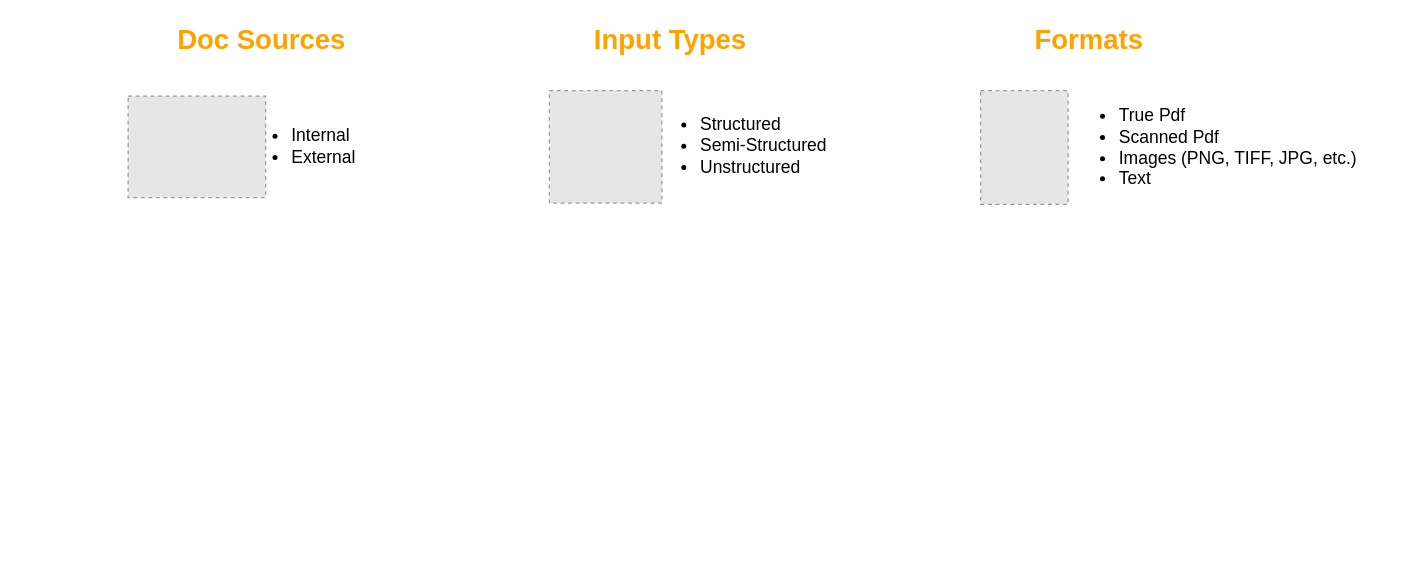
sidthedesigner/Draw.io keeps this draw.io diagram as Replica.drawio. Above is the earlier version. Source tidied: cells renumbered, new cells numbered last; positions are measured from the earlier drawing's top-left corner, leaving out a move shared by most shapes. Both pictures are drawn from the tidied source at 125%, with x=0, y=0 at pixel (128, 21). Pictures stored in the file or linked from it are replaced by grey dashed boxes.
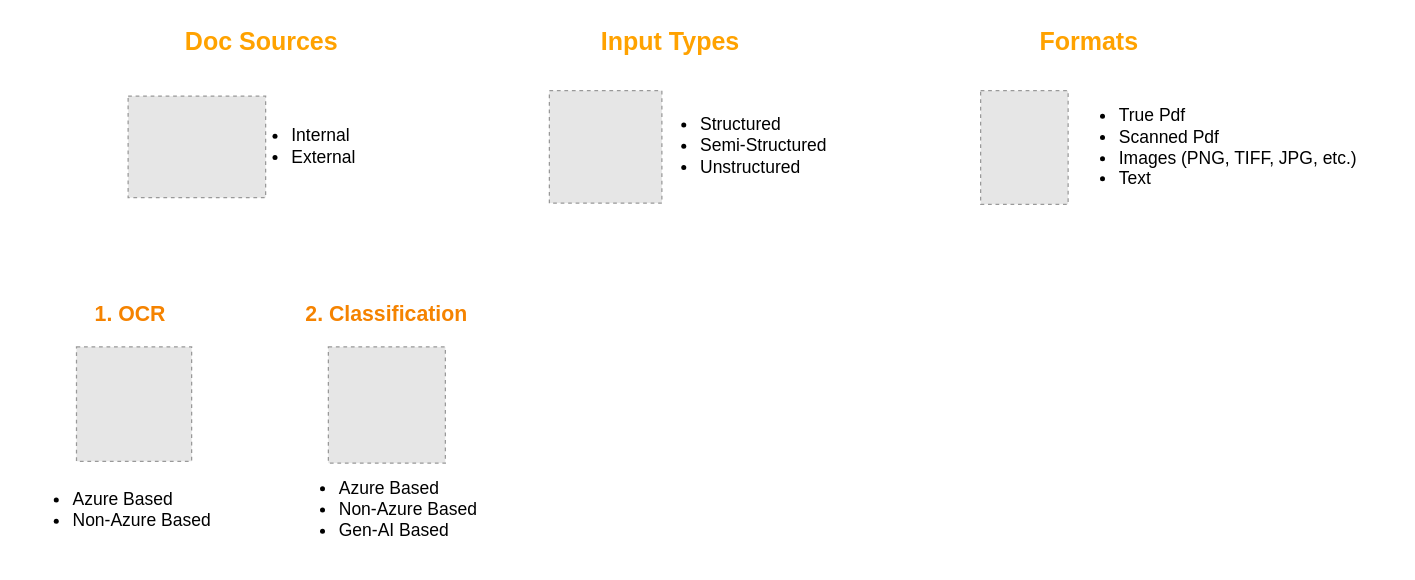
The same page after the edit.

What changed in the source:
```diff
@@
 <mxGraphModel>
   <root>
     <mxCell id="0" />
     <mxCell id="1" parent="0" />
+    <mxCell id="11" style="fillColor=#E6E6E6;strokeColor=#999999;dashed=1;verticalLabelPosition=bottom;labelBackgroundColor=default;verticalAlign=top;" parent="1" vertex="1">
+      <mxGeometry x="-41.3" y="260" width="92.1" height="91.5" as="geometry" />
+    </mxCell>
     <mxCell id="2" style="fillColor=#E6E6E6;strokeColor=#999999;dashed=1;verticalLabelPosition=bottom;labelBackgroundColor=default;verticalAlign=top;" parent="1" vertex="1">
       <mxGeometry x="682" y="55" width="70" height="90.9" as="geometry" />
     </mxCell>
     <mxCell id="3" style="fillColor=#E6E6E6;strokeColor=#999999;dashed=1;verticalLabelPosition=bottom;labelBackgroundColor=default;verticalAlign=top;" parent="1" vertex="1">
       <mxGeometry x="337" y="55" width="90" height="90" as="geometry" />
     </mxCell>
-    <mxCell id="4" value="Doc Sources" style="text;html=1;align=center;verticalAlign=middle;whiteSpace=wrap;rounded=0;fontStyle=1;fontColor=#ffa200;fontSize=22;" parent="1" vertex="1">
+    <mxCell id="4" value="Doc Sources" style="text;html=1;align=center;verticalAlign=middle;whiteSpace=wrap;rounded=0;fontStyle=1;fontColor=#ffa200;fontSize=20;" parent="1" vertex="1">
       <mxGeometry x="22" width="170" height="30" as="geometry" />
     </mxCell>
     <mxCell id="5" value="&lt;ul style=&quot;font-size: 14px;&quot;&gt;&lt;li style=&quot;font-size: 14px;&quot;&gt;&lt;span style=&quot;background-color: initial; font-size: 14px;&quot;&gt;Internal&lt;/span&gt;&lt;/li&gt;&lt;li style=&quot;font-size: 14px;&quot;&gt;&lt;span style=&quot;background-color: initial; font-size: 14px;&quot;&gt;External&lt;/span&gt;&lt;/li&gt;&lt;/ul&gt;" style="text;html=1;align=left;verticalAlign=middle;whiteSpace=wrap;rounded=0;fontSize=14;" parent="1" vertex="1">
       <mxGeometry x="89" y="59.4" width="110" height="80" as="geometry" />
     </mxCell>
     <mxCell id="6" style="fillColor=#E6E6E6;strokeColor=#999999;dashed=1;verticalLabelPosition=bottom;labelBackgroundColor=default;verticalAlign=top;" parent="1" vertex="1">
       <mxGeometry y="59.4" width="110" height="81.2" as="geometry" />
     </mxCell>
-    <mxCell id="7" value="Input Types" style="text;html=1;align=center;verticalAlign=middle;whiteSpace=wrap;rounded=0;fontStyle=1;fontColor=#ffa200;fontSize=22;" parent="1" vertex="1">
+    <mxCell id="7" value="Input Types" style="text;html=1;align=center;verticalAlign=middle;whiteSpace=wrap;rounded=0;fontStyle=1;fontColor=#ffa200;fontSize=20;" parent="1" vertex="1">
       <mxGeometry x="349" width="170" height="30" as="geometry" />
     </mxCell>
     <mxCell id="8" value="&lt;ul style=&quot;font-size: 14px;&quot;&gt;&lt;li style=&quot;font-size: 14px;&quot;&gt;Structured&lt;/li&gt;&lt;li style=&quot;font-size: 14px;&quot;&gt;Semi-Structured&lt;/li&gt;&lt;li style=&quot;font-size: 14px;&quot;&gt;Unstructured&lt;/li&gt;&lt;/ul&gt;" style="text;html=1;align=left;verticalAlign=middle;whiteSpace=wrap;rounded=0;fontSize=14;" parent="1" vertex="1">
       <mxGeometry x="416" y="59.4" width="156" height="80" as="geometry" />
     </mxCell>
-    <mxCell id="9" value="Formats" style="text;html=1;align=center;verticalAlign=middle;whiteSpace=wrap;rounded=0;fontStyle=1;fontColor=#ffa200;fontSize=22;" parent="1" vertex="1">
+    <mxCell id="9" value="Formats" style="text;html=1;align=center;verticalAlign=middle;whiteSpace=wrap;rounded=0;fontStyle=1;fontColor=#ffa200;fontSize=20;" parent="1" vertex="1">
       <mxGeometry x="684" y="0.4" width="170" height="30" as="geometry" />
     </mxCell>
     <mxCell id="10" value="&lt;ul style=&quot;font-size: 14px;&quot;&gt;&lt;li style=&quot;font-size: 14px;&quot;&gt;True Pdf&lt;/li&gt;&lt;li style=&quot;font-size: 14px;&quot;&gt;Scanned Pdf&lt;/li&gt;&lt;li style=&quot;font-size: 14px;&quot;&gt;Images (PNG, TIFF, JPG, etc.)&lt;/li&gt;&lt;li style=&quot;font-size: 14px;&quot;&gt;Text&lt;/li&gt;&lt;/ul&gt;" style="text;html=1;align=left;verticalAlign=middle;whiteSpace=wrap;rounded=0;fontSize=14;" parent="1" vertex="1">
       <mxGeometry x="751" y="59.8" width="261" height="80" as="geometry" />
     </mxCell>
+    <mxCell id="12" style="fillColor=#E6E6E6;strokeColor=#999999;dashed=1;verticalLabelPosition=bottom;labelBackgroundColor=default;verticalAlign=top;" parent="1" vertex="1">
+      <mxGeometry x="160.2" y="260" width="93.6" height="93" as="geometry" />
+    </mxCell>
+    <mxCell id="13" value="2. Classification" style="text;html=1;align=center;verticalAlign=middle;whiteSpace=wrap;rounded=0;fontStyle=1;fontColor=#f58300;fontSize=17;" parent="1" vertex="1">
+      <mxGeometry x="122" y="220" width="170" height="30" as="geometry" />
+    </mxCell>
+    <mxCell id="14" value="&lt;ul style=&quot;font-size: 14px;&quot;&gt;&lt;li style=&quot;font-size: 14px;&quot;&gt;Azure Based&lt;/li&gt;&lt;li style=&quot;font-size: 14px;&quot;&gt;Non-Azure Based&lt;/li&gt;&lt;li style=&quot;font-size: 14px;&quot;&gt;Gen-AI Based&lt;/li&gt;&lt;/ul&gt;" style="text;html=1;align=left;verticalAlign=middle;whiteSpace=wrap;rounded=0;fontSize=14;" parent="1" vertex="1">
+      <mxGeometry x="127" y="349.5" width="160" height="80" as="geometry" />
+    </mxCell>
+    <mxCell id="15" value="1. OCR" style="text;html=1;align=center;verticalAlign=middle;whiteSpace=wrap;rounded=0;fontStyle=1;fontColor=#f58300;fontSize=17;" parent="1" vertex="1">
+      <mxGeometry x="-38" y="220" width="80" height="30" as="geometry" />
+    </mxCell>
+    <mxCell id="16" value="&lt;ul style=&quot;font-size: 14px;&quot;&gt;&lt;li style=&quot;font-size: 14px;&quot;&gt;&lt;span style=&quot;background-color: initial; font-size: 14px;&quot;&gt;Azure Based&lt;/span&gt;&lt;/li&gt;&lt;li style=&quot;font-size: 14px;&quot;&gt;&lt;span style=&quot;background-color: initial; font-size: 14px;&quot;&gt;Non-Azure Based&lt;/span&gt;&lt;/li&gt;&lt;/ul&gt;" style="text;html=1;align=left;verticalAlign=middle;whiteSpace=wrap;rounded=0;fontSize=14;" parent="1" vertex="1">
+      <mxGeometry x="-85.8" y="349.5" width="181" height="80" as="geometry" />
+    </mxCell>
   </root>
 </mxGraphModel>
```
